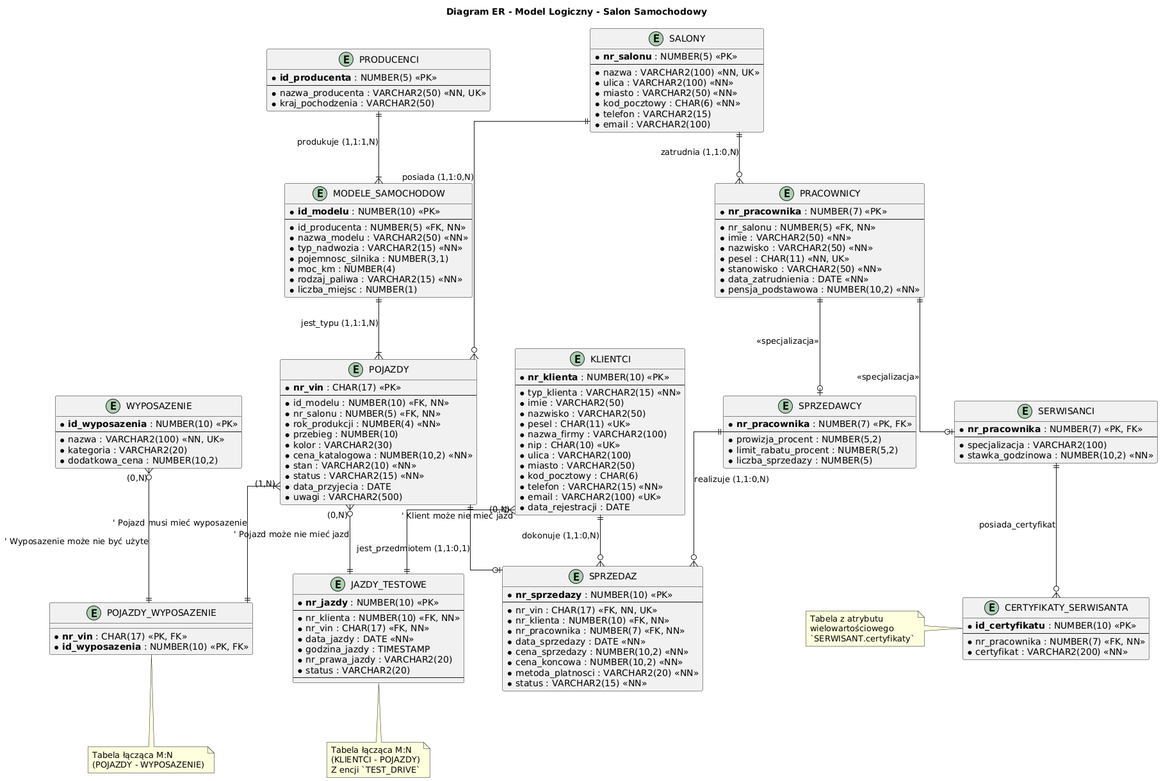
Above: tex/logic.png in Vort3x5/CarSal (PlantUML), before the change. The source it was exported from:
```plantuml
@startuml logiczny

title "Diagram ER - Model Logiczny - Salon Samochodowy"

skinparam linetype ortho
skinparam ranksep 80
skinparam nodesep 60
skinparam defaultFontName "Arial"
skinparam entity {
  BorderColor #333
  BackgroundColor #EEE
}


entity "SALONY" as salony {
  * **nr_salonu** : NUMBER(5) <<PK>>
  --
  * nazwa : VARCHAR2(100) <<NN, UK>>
  * ulica : VARCHAR2(100) <<NN>>
  * miasto : VARCHAR2(50) <<NN>>
  * kod_pocztowy : CHAR(6) <<NN>>
  * telefon : VARCHAR2(15)
  * email : VARCHAR2(100)
}

entity "PRODUCENCI" as producenci {
  * **id_producenta** : NUMBER(5) <<PK>>
  --
  * nazwa_producenta : VARCHAR2(50) <<NN, UK>>
  * kraj_pochodzenia : VARCHAR2(50)
}

entity "MODELE_SAMOCHODOW" as modele_samochodow {
  * **id_modelu** : NUMBER(10) <<PK>>
  --
  * id_producenta : NUMBER(5) <<FK, NN>>
  * nazwa_modelu : VARCHAR2(50) <<NN>>
  * typ_nadwozia : VARCHAR2(15) <<NN>>
  * pojemnosc_silnika : NUMBER(3,1)
  * moc_km : NUMBER(4)
  * rodzaj_paliwa : VARCHAR2(15) <<NN>>
  * liczba_miejsc : NUMBER(1)
}

entity "POJAZDY" as pojazdy {
  * **nr_vin** : CHAR(17) <<PK>>
  --
  * id_modelu : NUMBER(10) <<FK, NN>>
  * nr_salonu : NUMBER(5) <<FK, NN>>
  * rok_produkcji : NUMBER(4) <<NN>>
  * przebieg : NUMBER(10)
  * kolor : VARCHAR2(30)
  * cena_katalogowa : NUMBER(10,2) <<NN>>
  * stan : VARCHAR2(10) <<NN>>
  * status : VARCHAR2(15) <<NN>>
  * data_przyjecia : DATE
  * uwagi : VARCHAR2(500)
}

entity "KLIENTCI" as klientci {
  * **nr_klienta** : NUMBER(10) <<PK>>
  --
  * typ_klienta : VARCHAR2(15) <<NN>>
  * imie : VARCHAR2(50)
  * nazwisko : VARCHAR2(50)
  * pesel : CHAR(11) <<UK>>
  * nazwa_firmy : VARCHAR2(100)
  * nip : CHAR(10) <<UK>>
  * ulica : VARCHAR2(100)
  * miasto : VARCHAR2(50)
  * kod_pocztowy : CHAR(6)
  * telefon : VARCHAR2(15) <<NN>>
  * email : VARCHAR2(100) <<UK>>
  * data_rejestracji : DATE
}

entity "PRACOWNICY" as pracownicy {
  * **nr_pracownika** : NUMBER(7) <<PK>>
  --
  * nr_salonu : NUMBER(5) <<FK, NN>>
  * imie : VARCHAR2(50) <<NN>>
  * nazwisko : VARCHAR2(50) <<NN>>
  * pesel : CHAR(11) <<NN, UK>>
  * stanowisko : VARCHAR2(50) <<NN>>
  * data_zatrudnienia : DATE <<NN>>
  * pensja_podstawowa : NUMBER(10,2) <<NN>>
}

entity "SPRZEDAWCY" as sprzedawcy {
  * **nr_pracownika** : NUMBER(7) <<PK, FK>>
  --
  * prowizja_procent : NUMBER(5,2)
  * limit_rabatu_procent : NUMBER(5,2)
  * liczba_sprzedazy : NUMBER(5)
}

entity "SERWISANCI" as serwisanci {
  * **nr_pracownika** : NUMBER(7) <<PK, FK>>
  --
  * specjalizacja : VARCHAR2(100)
  * stawka_godzinowa : NUMBER(10,2) <<NN>>
}

entity "CERTYFIKATY_SERWISANTA" as certyfikaty_serwisanta {
  * **id_certyfikatu** : NUMBER(10) <<PK>>
  --
  * nr_pracownika : NUMBER(7) <<FK, NN>>
  * certyfikat : VARCHAR2(200) <<NN>>
}
note left of certyfikaty_serwisanta
  Tabela z atrybutu
  wielowartościowego
  `SERWISANT.certyfikaty`
end note

entity "SPRZEDAZ" as sprzedaze {
  * **nr_sprzedazy** : NUMBER(10) <<PK>>
  --
  * nr_vin : CHAR(17) <<FK, NN, UK>>
  * nr_klienta : NUMBER(10) <<FK, NN>>
  * nr_pracownika : NUMBER(7) <<FK, NN>>
  * data_sprzedazy : DATE <<NN>>
  * cena_sprzedazy : NUMBER(10,2) <<NN>>
  * cena_koncowa : NUMBER(10,2) <<NN>>
  * metoda_platnosci : VARCHAR2(20) <<NN>>
  * status : VARCHAR2(15) <<NN>>
}

entity "WYPOSAZENIE" as wyposazenie {
  * **id_wyposazenia** : NUMBER(10) <<PK>>
  --
  * nazwa : VARCHAR2(100) <<NN, UK>>
  * kategoria : VARCHAR2(20)
  * dodatkowa_cena : NUMBER(10,2)
}


entity "POJAZDY_WYPOSAZENIE" as pojazdy_wyposazenie {
  * **nr_vin** : CHAR(17) <<PK, FK>>
  * **id_wyposazenia** : NUMBER(10) <<PK, FK>>
}
note bottom of pojazdy_wyposazenie
  Tabela łącząca M:N
  (POJAZDY - WYPOSAZENIE)
end note

entity "JAZDY_TESTOWE" as jazdy_testowe {
  * **nr_jazdy** : NUMBER(10) <<PK>>
  --
  * nr_klienta : NUMBER(10) <<FK, NN>>
  * nr_vin : CHAR(17) <<FK, NN>>
  * data_jazdy : DATE <<NN>>
  * godzina_jazdy : TIMESTAMP
  * nr_prawa_jazdy : VARCHAR2(20)
  * status : VARCHAR2(20)
  --
}
note bottom of jazdy_testowe
  Tabela łącząca M:N
  (KLIENTCI - POJAZDY)
  Z encji `TEST_DRIVE`
end note



producenci ||--|{ modele_samochodow : "produkuje (1,1:1,N)"
modele_samochodow ||--|{ pojazdy : "jest_typu (1,1:1,N)"
salony ||--o{ pojazdy : "posiada (1,1:0,N)"
salony ||--o{ pracownicy : "zatrudnia (1,1:0,N)"
klientci ||--o{ sprzedaze : "dokonuje (1,1:0,N)"
sprzedawcy ||--o{ sprzedaze : "realizuje (1,1:0,N)"

pojazdy ||--o| sprzedaze : "jest_przedmiotem (1,1:0,1)"

pojazdy }|--|| pojazdy_wyposazenie : "(1,N)" ' Pojazd musi mieć wyposazenie
wyposazenie }o--|| pojazdy_wyposazenie : "(0,N)" ' Wyposazenie może nie być użyte

klientci }o--|| jazdy_testowe : "(0,N)" ' Klient może nie mieć jazd
pojazdy }o--|| jazdy_testowe : "(0,N)" ' Pojazd może nie mieć jazd

pracownicy ||--o| sprzedawcy : "<<specjalizacja>>"
pracownicy ||--o| serwisanci : "<<specjalizacja>>"

serwisanci ||--o{ certyfikaty_serwisanta : "posiada_certyfikat"

@enduml
```
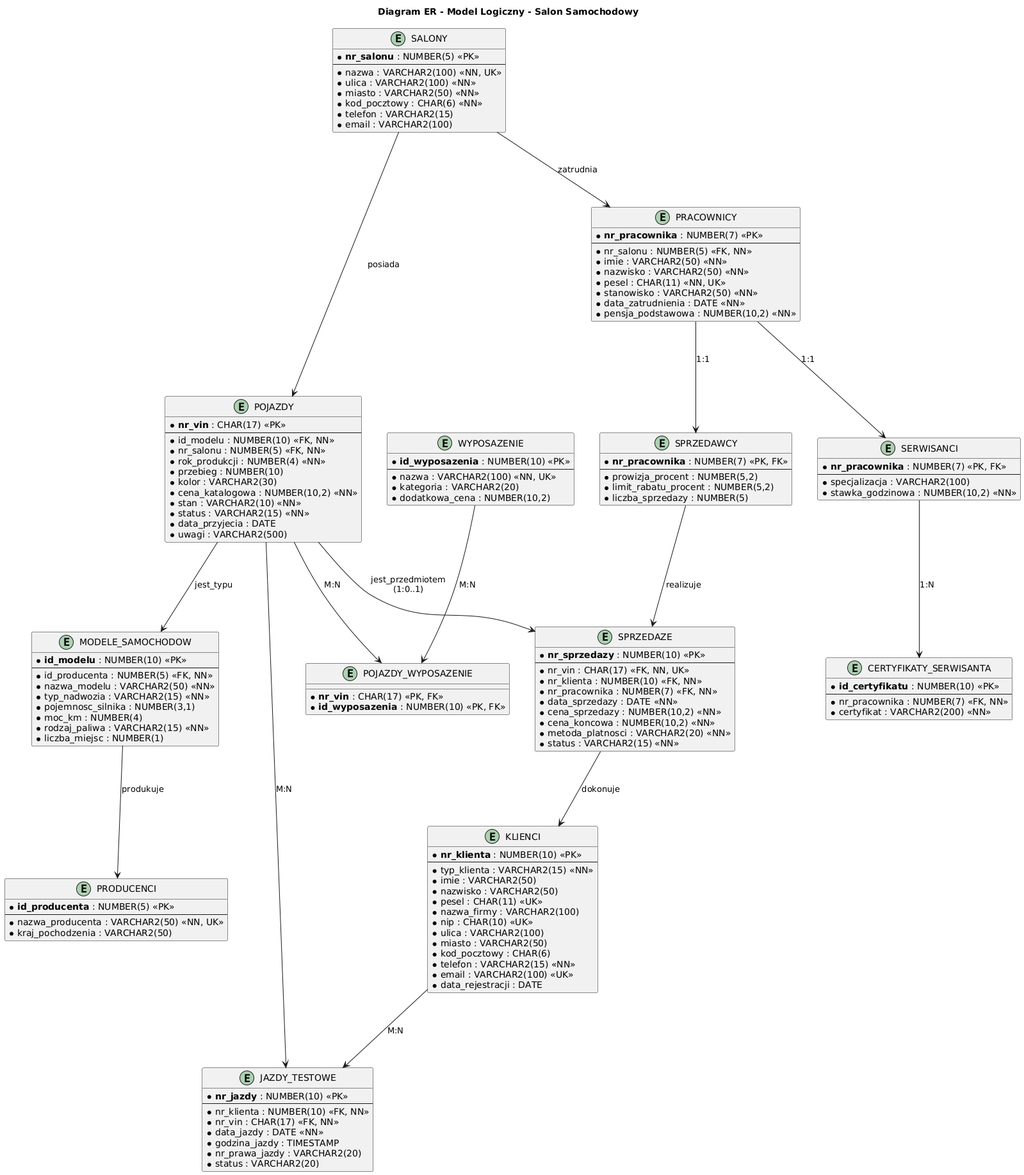
The same diagram one commit later.

What changed in the source:
```diff
@@ -1,10 +1,9 @@
-@startuml logiczny
+@startuml logic
 
 title "Diagram ER - Model Logiczny - Salon Samochodowy"
 
-skinparam linetype ortho
-skinparam ranksep 80
-skinparam nodesep 60
+skinparam ranksep 100
+skinparam nodesep 40
 skinparam defaultFontName "Arial"
 skinparam entity {
   BorderColor #333
@@ -21,57 +20,6 @@
   * kod_pocztowy : CHAR(6) <<NN>>
   * telefon : VARCHAR2(15)
   * email : VARCHAR2(100)
-}
-
-entity "PRODUCENCI" as producenci {
-  * **id_producenta** : NUMBER(5) <<PK>>
-  --
-  * nazwa_producenta : VARCHAR2(50) <<NN, UK>>
-  * kraj_pochodzenia : VARCHAR2(50)
-}
-
-entity "MODELE_SAMOCHODOW" as modele_samochodow {
-  * **id_modelu** : NUMBER(10) <<PK>>
-  --
-  * id_producenta : NUMBER(5) <<FK, NN>>
-  * nazwa_modelu : VARCHAR2(50) <<NN>>
-  * typ_nadwozia : VARCHAR2(15) <<NN>>
-  * pojemnosc_silnika : NUMBER(3,1)
-  * moc_km : NUMBER(4)
-  * rodzaj_paliwa : VARCHAR2(15) <<NN>>
-  * liczba_miejsc : NUMBER(1)
-}
-
-entity "POJAZDY" as pojazdy {
-  * **nr_vin** : CHAR(17) <<PK>>
-  --
-  * id_modelu : NUMBER(10) <<FK, NN>>
-  * nr_salonu : NUMBER(5) <<FK, NN>>
-  * rok_produkcji : NUMBER(4) <<NN>>
-  * przebieg : NUMBER(10)
-  * kolor : VARCHAR2(30)
-  * cena_katalogowa : NUMBER(10,2) <<NN>>
-  * stan : VARCHAR2(10) <<NN>>
-  * status : VARCHAR2(15) <<NN>>
-  * data_przyjecia : DATE
-  * uwagi : VARCHAR2(500)
-}
-
-entity "KLIENTCI" as klientci {
-  * **nr_klienta** : NUMBER(10) <<PK>>
-  --
-  * typ_klienta : VARCHAR2(15) <<NN>>
-  * imie : VARCHAR2(50)
-  * nazwisko : VARCHAR2(50)
-  * pesel : CHAR(11) <<UK>>
-  * nazwa_firmy : VARCHAR2(100)
-  * nip : CHAR(10) <<UK>>
-  * ulica : VARCHAR2(100)
-  * miasto : VARCHAR2(50)
-  * kod_pocztowy : CHAR(6)
-  * telefon : VARCHAR2(15) <<NN>>
-  * email : VARCHAR2(100) <<UK>>
-  * data_rejestracji : DATE
 }
 
 entity "PRACOWNICY" as pracownicy {
@@ -101,19 +49,48 @@
   * stawka_godzinowa : NUMBER(10,2) <<NN>>
 }
 
-entity "CERTYFIKATY_SERWISANTA" as certyfikaty_serwisanta {
+entity "CERTYFIKATY_SERWISANTA" as certyfikaty {
   * **id_certyfikatu** : NUMBER(10) <<PK>>
   --
   * nr_pracownika : NUMBER(7) <<FK, NN>>
   * certyfikat : VARCHAR2(200) <<NN>>
 }
-note left of certyfikaty_serwisanta
-  Tabela z atrybutu
-  wielowartościowego
-  `SERWISANT.certyfikaty`
-end note
 
-entity "SPRZEDAZ" as sprzedaze {
+entity "POJAZDY" as pojazdy {
+  * **nr_vin** : CHAR(17) <<PK>>
+  --
+  * id_modelu : NUMBER(10) <<FK, NN>>
+  * nr_salonu : NUMBER(5) <<FK, NN>>
+  * rok_produkcji : NUMBER(4) <<NN>>
+  * przebieg : NUMBER(10)
+  * kolor : VARCHAR2(30)
+  * cena_katalogowa : NUMBER(10,2) <<NN>>
+  * stan : VARCHAR2(10) <<NN>>
+  * status : VARCHAR2(15) <<NN>>
+  * data_przyjecia : DATE
+  * uwagi : VARCHAR2(500)
+}
+
+entity "MODELE_SAMOCHODOW" as modele {
+  * **id_modelu** : NUMBER(10) <<PK>>
+  --
+  * id_producenta : NUMBER(5) <<FK, NN>>
+  * nazwa_modelu : VARCHAR2(50) <<NN>>
+  * typ_nadwozia : VARCHAR2(15) <<NN>>
+  * pojemnosc_silnika : NUMBER(3,1)
+  * moc_km : NUMBER(4)
+  * rodzaj_paliwa : VARCHAR2(15) <<NN>>
+  * liczba_miejsc : NUMBER(1)
+}
+
+entity "PRODUCENCI" as producenci {
+  * **id_producenta** : NUMBER(5) <<PK>>
+  --
+  * nazwa_producenta : VARCHAR2(50) <<NN, UK>>
+  * kraj_pochodzenia : VARCHAR2(50)
+}
+
+entity "SPRZEDAZE" as sprzedaze {
   * **nr_sprzedazy** : NUMBER(10) <<PK>>
   --
   * nr_vin : CHAR(17) <<FK, NN, UK>>
@@ -126,6 +103,23 @@
   * status : VARCHAR2(15) <<NN>>
 }
 
+entity "KLIENCI" as klienci {
+  * **nr_klienta** : NUMBER(10) <<PK>>
+  --
+  * typ_klienta : VARCHAR2(15) <<NN>>
+  * imie : VARCHAR2(50)
+  * nazwisko : VARCHAR2(50)
+  * pesel : CHAR(11) <<UK>>
+  * nazwa_firmy : VARCHAR2(100)
+  * nip : CHAR(10) <<UK>>
+  * ulica : VARCHAR2(100)
+  * miasto : VARCHAR2(50)
+  * kod_pocztowy : CHAR(6)
+  * telefon : VARCHAR2(15) <<NN>>
+  * email : VARCHAR2(100) <<UK>>
+  * data_rejestracji : DATE
+}
+
 entity "WYPOSAZENIE" as wyposazenie {
   * **id_wyposazenia** : NUMBER(10) <<PK>>
   --
@@ -134,17 +128,12 @@
   * dodatkowa_cena : NUMBER(10,2)
 }
 
-
-entity "POJAZDY_WYPOSAZENIE" as pojazdy_wyposazenie {
+entity "POJAZDY_WYPOSAZENIE" as poj_wyp {
   * **nr_vin** : CHAR(17) <<PK, FK>>
   * **id_wyposazenia** : NUMBER(10) <<PK, FK>>
 }
-note bottom of pojazdy_wyposazenie
-  Tabela łącząca M:N
-  (POJAZDY - WYPOSAZENIE)
-end note
 
-entity "JAZDY_TESTOWE" as jazdy_testowe {
+entity "JAZDY_TESTOWE" as jazdy {
   * **nr_jazdy** : NUMBER(10) <<PK>>
   --
   * nr_klienta : NUMBER(10) <<FK, NN>>
@@ -153,34 +142,30 @@
   * godzina_jazdy : TIMESTAMP
   * nr_prawa_jazdy : VARCHAR2(20)
   * status : VARCHAR2(20)
-  --
 }
-note bottom of jazdy_testowe
-  Tabela łącząca M:N
-  (KLIENTCI - POJAZDY)
-  Z encji `TEST_DRIVE`
-end note
 
 
+salony -down-> pracownicy : "zatrudnia"
+salony -down-> pojazdy : "posiada"
 
-producenci ||--|{ modele_samochodow : "produkuje (1,1:1,N)"
-modele_samochodow ||--|{ pojazdy : "jest_typu (1,1:1,N)"
-salony ||--o{ pojazdy : "posiada (1,1:0,N)"
-salony ||--o{ pracownicy : "zatrudnia (1,1:0,N)"
-klientci ||--o{ sprzedaze : "dokonuje (1,1:0,N)"
-sprzedawcy ||--o{ sprzedaze : "realizuje (1,1:0,N)"
+pracownicy -down-> sprzedawcy : "1:1"
+pracownicy -down-> serwisanci : "1:1"
 
-pojazdy ||--o| sprzedaze : "jest_przedmiotem (1,1:0,1)"
+serwisanci -down-> certyfikaty : "1:N"
 
-pojazdy }|--|| pojazdy_wyposazenie : "(1,N)" ' Pojazd musi mieć wyposazenie
-wyposazenie }o--|| pojazdy_wyposazenie : "(0,N)" ' Wyposazenie może nie być użyte
+sprzedawcy -down-> sprzedaze : "realizuje"
 
-klientci }o--|| jazdy_testowe : "(0,N)" ' Klient może nie mieć jazd
-pojazdy }o--|| jazdy_testowe : "(0,N)" ' Pojazd może nie mieć jazd
+pojazdy -down-> modele : "jest_typu"
+pojazdy -down-> sprzedaze : "jest_przedmiotem\n(1:0..1)"
+pojazdy -down-> poj_wyp : "M:N"
+pojazdy -down-> jazdy : "M:N"
 
-pracownicy ||--o| sprzedawcy : "<<specjalizacja>>"
-pracownicy ||--o| serwisanci : "<<specjalizacja>>"
+modele -down-> producenci : "produkuje"
 
-serwisanci ||--o{ certyfikaty_serwisanta : "posiada_certyfikat"
+sprzedaze -down-> klienci : "dokonuje"
+
+klienci -down-> jazdy : "M:N"
+
+wyposazenie -down-> poj_wyp : "M:N"
 
 @enduml
```
